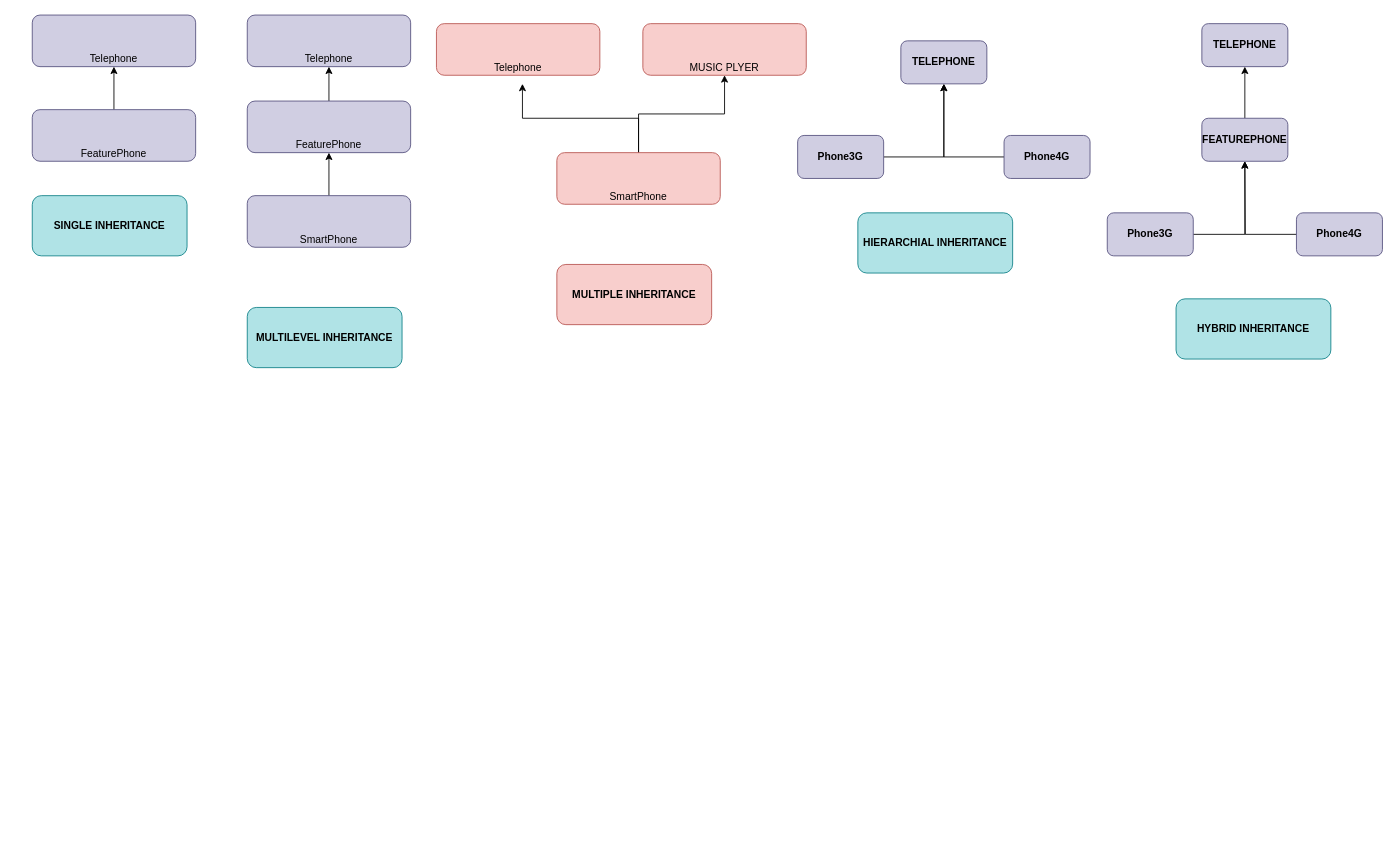
GH1BHARATH/liveJFSGIT keeps this draw.io diagram as page "INHERITANCE" (4 of 7) of JAVA/java bot.drawio. Above is the earlier version. Source tidied: cells renumbered, new cells numbered last; positions are measured from the earlier drawing's top-left corner, leaving out a move shared by most shapes. Both pictures are drawn from the tidied source at 86%, with x=0, y=0 at pixel (32, 15).
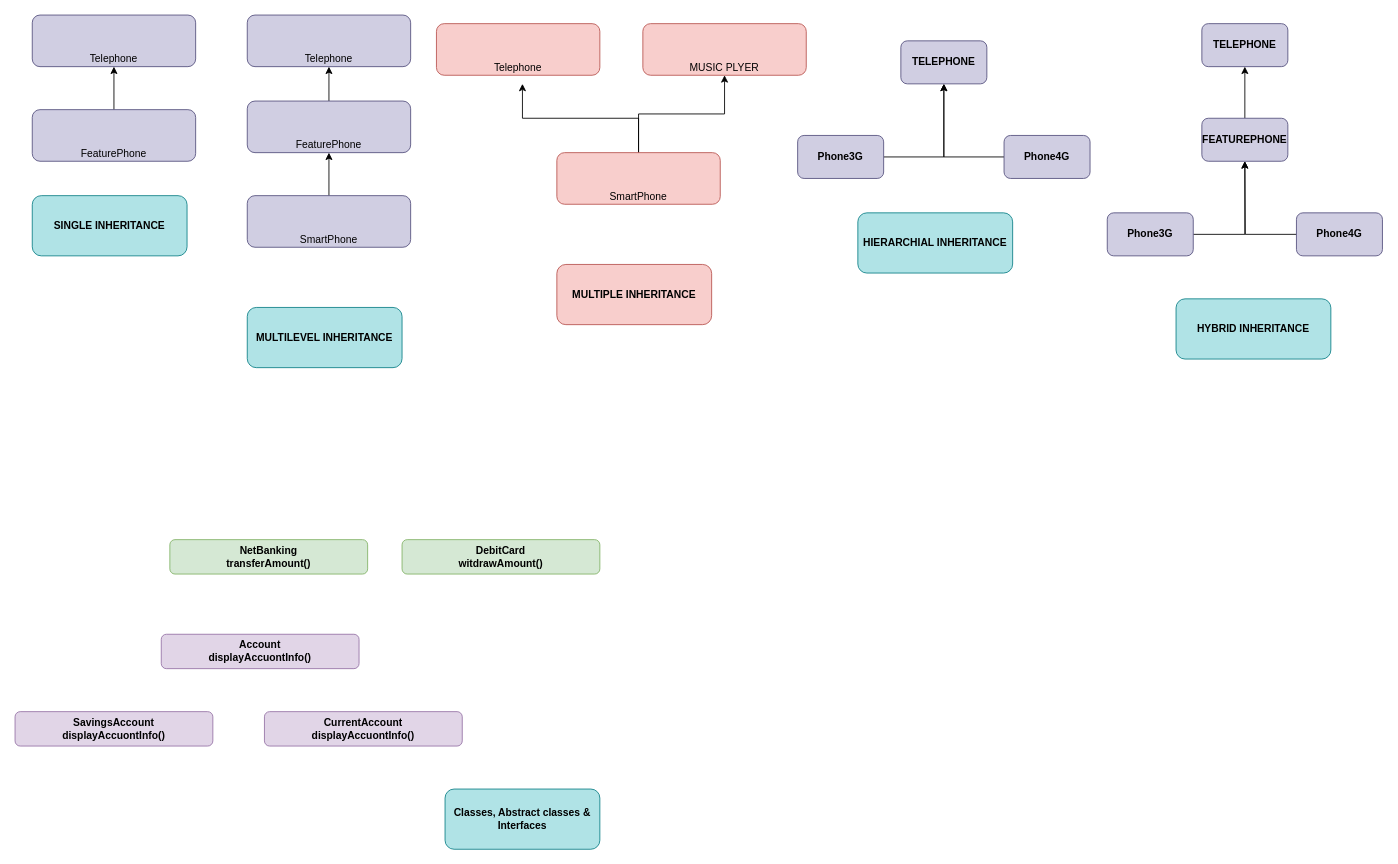
Above is the later version.

The edit, as a diff of the source:
```diff
@@
+    <mxCell id="32" value="Classes, Abstract classes &amp;amp; Interfaces" style="rounded=1;whiteSpace=wrap;html=1;fillColor=#b0e3e6;strokeColor=#0e8088;fontStyle=1;verticalAlign=middle;" parent="1" vertex="1">
+      <mxGeometry x="480" y="900" width="180" height="70" as="geometry" />
+    </mxCell>
+    <mxCell id="33" value="NetBanking&lt;br&gt;transferAmount()" style="rounded=1;whiteSpace=wrap;html=1;fillColor=#d5e8d4;strokeColor=#82b366;fontStyle=1;" parent="1" vertex="1">
+      <mxGeometry x="160" y="610" width="230" height="40" as="geometry" />
+    </mxCell>
+    <mxCell id="34" value="DebitCard&lt;br&gt;witdrawAmount()" style="rounded=1;whiteSpace=wrap;html=1;fillColor=#d5e8d4;strokeColor=#82b366;fontStyle=1;" parent="1" vertex="1">
+      <mxGeometry x="430" y="610" width="230" height="40" as="geometry" />
+    </mxCell>
+    <mxCell id="35" value="Account&lt;br&gt;displayAccuontInfo()" style="rounded=1;whiteSpace=wrap;html=1;fillColor=#e1d5e7;strokeColor=#9673a6;fontStyle=1;" parent="1" vertex="1">
+      <mxGeometry x="150" y="720" width="230" height="40" as="geometry" />
+    </mxCell>
+    <mxCell id="36" value="SavingsAccount&lt;br&gt;displayAccuontInfo()" style="rounded=1;whiteSpace=wrap;html=1;fillColor=#e1d5e7;strokeColor=#9673a6;fontStyle=1;" parent="1" vertex="1">
+      <mxGeometry x="-20" y="810" width="230" height="40" as="geometry" />
+    </mxCell>
+    <mxCell id="37" value="CurrentAccount&lt;br&gt;displayAccuontInfo()" style="rounded=1;whiteSpace=wrap;html=1;fillColor=#e1d5e7;strokeColor=#9673a6;fontStyle=1;" parent="1" vertex="1">
+      <mxGeometry x="270" y="810" width="230" height="40" as="geometry" />
+    </mxCell>
```
